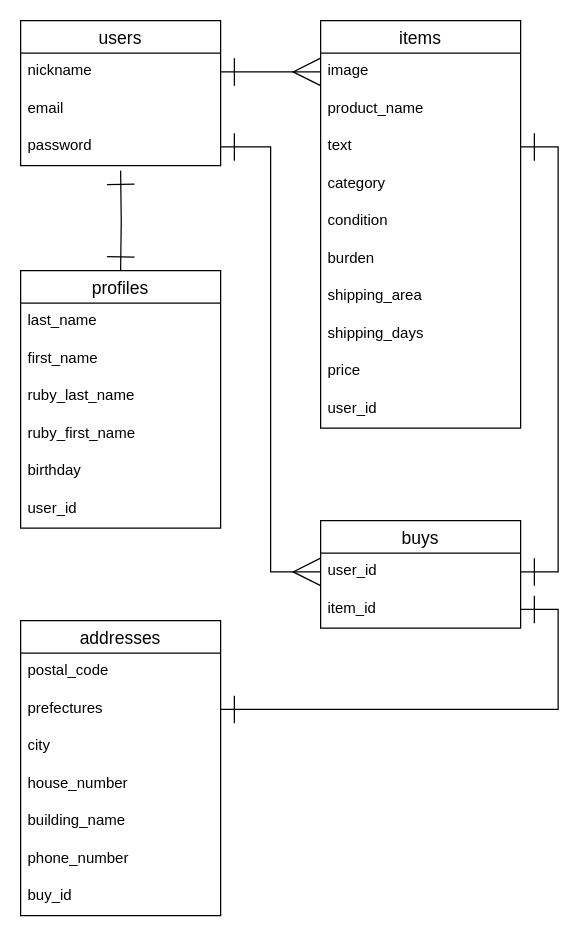
Before: ER.dio in takuya-kun/furima-34798, a draw.io diagram. Source tidied: cells renumbered, new cells numbered last; positions are measured from the earlier drawing's top-left corner, leaving out a move shared by most shapes. Both pictures are drawn from the tidied source at 125%, with x=0, y=0 at pixel (20, 20).
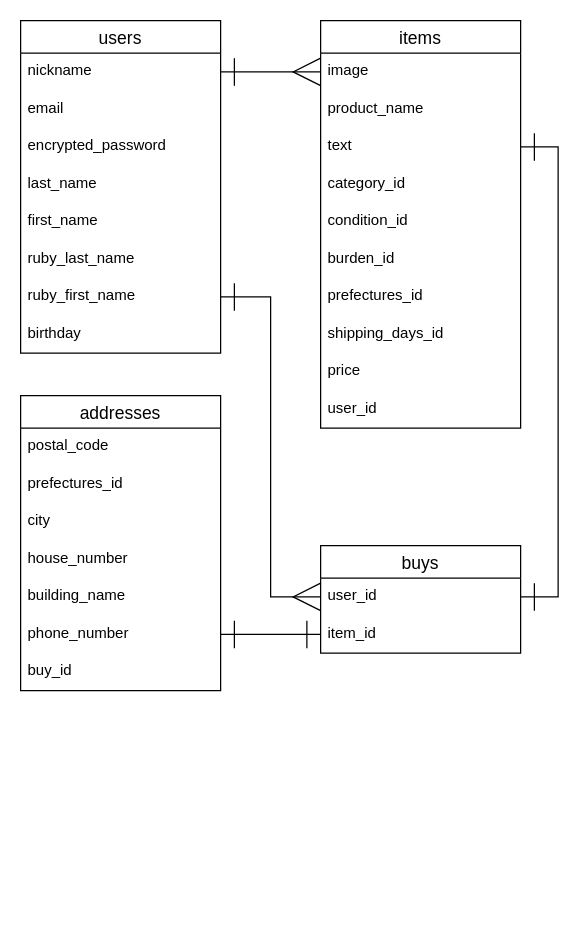
Above is the later version.

Commit message (it also covers changes not shown here):
指摘点修正

Unchanged cells that the change refers to:
```xml
<mxCell id="6" value="items" style="swimlane;fontStyle=0;horizontal=1;startSize=26;align=center;fontSize=14;" parent="1" vertex="1">
  <mxGeometry x="240" width="160" height="326" as="geometry" />
</mxCell>
<mxCell id="23" value="phone_number" style="text;strokeColor=none;fillColor=none;spacingLeft=4;spacingRight=4;overflow=hidden;points=[[0,0.5],[1,0.5]];portConstraint=eastwest;fontSize=12;" parent="17" vertex="1">
  <mxGeometry y="176" width="160" height="30" as="geometry" />
</mxCell>
<mxCell id="27" value="user_id" style="text;strokeColor=none;fillColor=none;spacingLeft=4;spacingRight=4;overflow=hidden;points=[[0,0.5],[1,0.5]];portConstraint=eastwest;fontSize=12;" parent="26" vertex="1">
  <mxGeometry y="26" width="160" height="30" as="geometry" />
</mxCell>
<mxCell id="28" value="item_id" style="text;strokeColor=none;fillColor=none;spacingLeft=4;spacingRight=4;overflow=hidden;points=[[0,0.5],[1,0.5]];portConstraint=eastwest;fontSize=12;" parent="26" vertex="1">
  <mxGeometry y="56" width="160" height="30" as="geometry" />
</mxCell>
```

What changed in the source:
```diff
@@
     <mxCell id="2" value="users" style="swimlane;fontStyle=0;horizontal=1;startSize=26;align=center;fontSize=14;" parent="1" vertex="1">
-      <mxGeometry width="160" height="116" as="geometry" />
+      <mxGeometry width="160" height="266" as="geometry" />
     </mxCell>
@@
-    <mxCell id="5" value="password" style="text;strokeColor=none;fillColor=none;spacingLeft=4;spacingRight=4;overflow=hidden;points=[[0,0.5],[1,0.5]];portConstraint=eastwest;fontSize=12;" parent="2" vertex="1">
-      <mxGeometry y="86" width="160" height="30" as="geometry" />
-    </mxCell>
+    <mxCell id="40" value="encrypted_password" style="text;strokeColor=none;fillColor=none;spacingLeft=4;spacingRight=4;overflow=hidden;fontSize=12;" parent="2" vertex="1">
+      <mxGeometry y="86" width="160" height="30" as="geometry" />
+    </mxCell>
+    <mxCell id="33" value="last_name" style="text;strokeColor=none;fillColor=none;spacingLeft=4;spacingRight=4;overflow=hidden;fontSize=12;" parent="2" vertex="1">
+      <mxGeometry y="116" width="160" height="30" as="geometry" />
+    </mxCell>
+    <mxCell id="34" value="first_name" style="text;strokeColor=none;fillColor=none;spacingLeft=4;spacingRight=4;overflow=hidden;fontSize=12;" parent="2" vertex="1">
+      <mxGeometry y="146" width="160" height="30" as="geometry" />
+    </mxCell>
+    <mxCell id="35" value="ruby_last_name" style="text;strokeColor=none;fillColor=none;spacingLeft=4;spacingRight=4;overflow=hidden;fontSize=12;" parent="2" vertex="1">
+      <mxGeometry y="176" width="160" height="30" as="geometry" />
+    </mxCell>
+    <mxCell id="36" value="ruby_first_name" style="text;strokeColor=none;fillColor=none;spacingLeft=4;spacingRight=4;overflow=hidden;points=[[0,0.5],[1,0.5]];portConstraint=eastwest;fontSize=12;" parent="2" vertex="1">
+      <mxGeometry y="206" width="160" height="30" as="geometry" />
+    </mxCell>
+    <mxCell id="37" value="birthday" style="text;strokeColor=none;fillColor=none;spacingLeft=4;spacingRight=4;overflow=hidden;fontSize=12;" parent="2" vertex="1">
+      <mxGeometry y="236" width="160" height="30" as="geometry" />
+    </mxCell>
@@
-    <mxCell id="10" value="category" style="text;strokeColor=none;fillColor=none;spacingLeft=4;spacingRight=4;overflow=hidden;fontSize=12;" parent="6" vertex="1">
+    <mxCell id="10" value="category_id" style="text;strokeColor=none;fillColor=none;spacingLeft=4;spacingRight=4;overflow=hidden;fontSize=12;" parent="6" vertex="1">
       <mxGeometry y="116" width="160" height="30" as="geometry" />
     </mxCell>
-    <mxCell id="11" value="condition" style="text;strokeColor=none;fillColor=none;spacingLeft=4;spacingRight=4;overflow=hidden;fontSize=12;" parent="6" vertex="1">
+    <mxCell id="11" value="condition_id" style="text;strokeColor=none;fillColor=none;spacingLeft=4;spacingRight=4;overflow=hidden;fontSize=12;" parent="6" vertex="1">
       <mxGeometry y="146" width="160" height="30" as="geometry" />
     </mxCell>
-    <mxCell id="12" value="burden" style="text;strokeColor=none;fillColor=none;spacingLeft=4;spacingRight=4;overflow=hidden;fontSize=12;" parent="6" vertex="1">
+    <mxCell id="12" value="burden_id" style="text;strokeColor=none;fillColor=none;spacingLeft=4;spacingRight=4;overflow=hidden;fontSize=12;" parent="6" vertex="1">
       <mxGeometry y="176" width="160" height="30" as="geometry" />
     </mxCell>
-    <mxCell id="13" value="shipping_area" style="text;strokeColor=none;fillColor=none;spacingLeft=4;spacingRight=4;overflow=hidden;fontSize=12;" parent="6" vertex="1">
+    <mxCell id="13" value="prefectures_id" style="text;strokeColor=none;fillColor=none;spacingLeft=4;spacingRight=4;overflow=hidden;fontSize=12;" parent="6" vertex="1">
       <mxGeometry y="206" width="160" height="30" as="geometry" />
     </mxCell>
-    <mxCell id="14" value="shipping_days" style="text;strokeColor=none;fillColor=none;spacingLeft=4;spacingRight=4;overflow=hidden;fontSize=12;" parent="6" vertex="1">
+    <mxCell id="14" value="shipping_days_id" style="text;strokeColor=none;fillColor=none;spacingLeft=4;spacingRight=4;overflow=hidden;fontSize=12;" parent="6" vertex="1">
       <mxGeometry y="236" width="160" height="30" as="geometry" />
     </mxCell>
@@
     <mxCell id="17" value="addresses" style="swimlane;fontStyle=0;horizontal=1;startSize=26;align=center;fontSize=14;" parent="1" vertex="1">
-      <mxGeometry y="480" width="160" height="236" as="geometry" />
+      <mxGeometry y="300" width="160" height="236" as="geometry" />
     </mxCell>
@@
-    <mxCell id="19" value="prefectures" style="text;strokeColor=none;fillColor=none;spacingLeft=4;spacingRight=4;overflow=hidden;points=[[0,0.5],[1,0.5]];portConstraint=eastwest;fontSize=12;" parent="17" vertex="1">
+    <mxCell id="19" value="prefectures_id" style="text;strokeColor=none;fillColor=none;spacingLeft=4;spacingRight=4;overflow=hidden;points=[[0,0.5],[1,0.5]];portConstraint=eastwest;fontSize=12;" parent="17" vertex="1">
       <mxGeometry y="56" width="160" height="30" as="geometry" />
     </mxCell>
@@
     <mxCell id="26" value="buys" style="swimlane;fontStyle=0;horizontal=1;startSize=26;align=center;fontSize=14;" parent="1" vertex="1">
-      <mxGeometry x="240" y="400" width="160" height="86" as="geometry" />
+      <mxGeometry x="240" y="420" width="160" height="86" as="geometry" />
     </mxCell>
@@
-    <mxCell id="30" style="edgeStyle=orthogonalEdgeStyle;rounded=0;jettySize=auto;html=1;entryX=0;entryY=0.5;entryDx=0;entryDy=0;startArrow=ERone;startFill=0;startSize=20;endArrow=ERmany;endFill=0;endSize=20;exitX=1;exitY=0.5;exitDx=0;exitDy=0;" parent="1" edge="1" source="5" target="27">
+    <mxCell id="30" style="edgeStyle=orthogonalEdgeStyle;rounded=0;jettySize=auto;html=1;entryX=0;entryY=0.5;entryDx=0;entryDy=0;startArrow=ERone;startFill=0;startSize=20;endArrow=ERmany;endFill=0;endSize=20;exitX=1;exitY=0.5;exitDx=0;exitDy=0;" parent="1" edge="1" source="36" target="27">
       <mxGeometry relative="1" as="geometry" />
     </mxCell>
-    <mxCell id="31" style="edgeStyle=orthogonalEdgeStyle;rounded=0;jettySize=auto;html=1;exitX=1;exitY=0.5;exitDx=0;exitDy=0;entryX=1;entryY=0.5;entryDx=0;entryDy=0;startArrow=ERone;startFill=0;startSize=20;endArrow=ERone;endFill=0;endSize=20;" parent="1" edge="1" source="28" target="19">
+    <mxCell id="31" style="edgeStyle=orthogonalEdgeStyle;rounded=0;jettySize=auto;html=1;exitX=0;exitY=0.5;exitDx=0;exitDy=0;startArrow=ERone;startFill=0;startSize=20;endArrow=ERone;endFill=0;endSize=20;entryX=1;entryY=0.5;entryDx=0;entryDy=0;" parent="1" edge="1" source="28" target="23">
       <mxGeometry relative="1" as="geometry" />
     </mxCell>
-    <mxCell id="32" value="profiles" style="swimlane;fontStyle=0;horizontal=1;startSize=26;align=center;fontSize=14;" parent="1" vertex="1">
-      <mxGeometry y="200" width="160" height="206" as="geometry" />
-    </mxCell>
-    <mxCell id="33" value="last_name" style="text;strokeColor=none;fillColor=none;spacingLeft=4;spacingRight=4;overflow=hidden;fontSize=12;" parent="32" vertex="1">
-      <mxGeometry y="26" width="160" height="30" as="geometry" />
-    </mxCell>
-    <mxCell id="34" value="first_name" style="text;strokeColor=none;fillColor=none;spacingLeft=4;spacingRight=4;overflow=hidden;fontSize=12;" parent="32" vertex="1">
-      <mxGeometry y="56" width="160" height="30" as="geometry" />
-    </mxCell>
-    <mxCell id="35" value="ruby_last_name" style="text;strokeColor=none;fillColor=none;spacingLeft=4;spacingRight=4;overflow=hidden;fontSize=12;" parent="32" vertex="1">
-      <mxGeometry y="86" width="160" height="30" as="geometry" />
-    </mxCell>
-    <mxCell id="36" value="ruby_first_name" style="text;strokeColor=none;fillColor=none;spacingLeft=4;spacingRight=4;overflow=hidden;points=[[0,0.5],[1,0.5]];portConstraint=eastwest;fontSize=12;" parent="32" vertex="1">
-      <mxGeometry y="116" width="160" height="30" as="geometry" />
-    </mxCell>
-    <mxCell id="37" value="birthday" style="text;strokeColor=none;fillColor=none;spacingLeft=4;spacingRight=4;overflow=hidden;fontSize=12;" parent="32" vertex="1">
-      <mxGeometry y="146" width="160" height="30" as="geometry" />
-    </mxCell>
-    <mxCell id="38" value="user_id" style="text;strokeColor=none;fillColor=none;spacingLeft=4;spacingRight=4;overflow=hidden;fontSize=12;" parent="32" vertex="1">
-      <mxGeometry y="176" width="160" height="30" as="geometry" />
-    </mxCell>
-    <mxCell id="39" style="edgeStyle=orthogonalEdgeStyle;rounded=0;jettySize=auto;html=1;entryX=0.5;entryY=0;entryDx=0;entryDy=0;startArrow=ERone;startFill=0;startSize=20;endArrow=ERone;endFill=0;endSize=20;" parent="1" edge="1" target="32">
-      <mxGeometry relative="1" as="geometry">
-        <mxPoint x="80" y="120" as="sourcePoint" />
-      </mxGeometry>
-    </mxCell>
```
